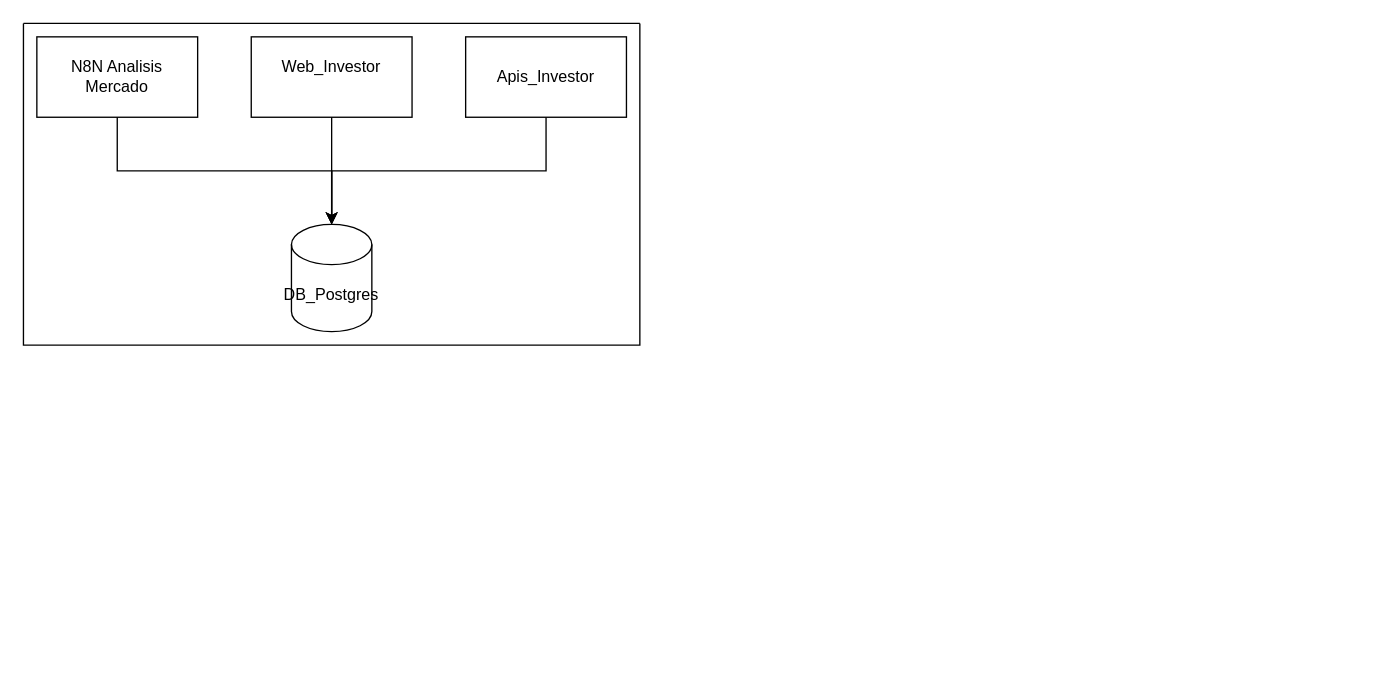
This is Inversiones.drawio from KuroroLuzbell/Diagramas, a draw.io file, before an edit. Source tidied: cells renumbered, new cells numbered last; positions are measured from the earlier drawing's top-left corner, leaving out a move shared by most shapes. Both pictures are drawn from the tidied source at 134%, with x=0, y=0 at pixel (23, 23).
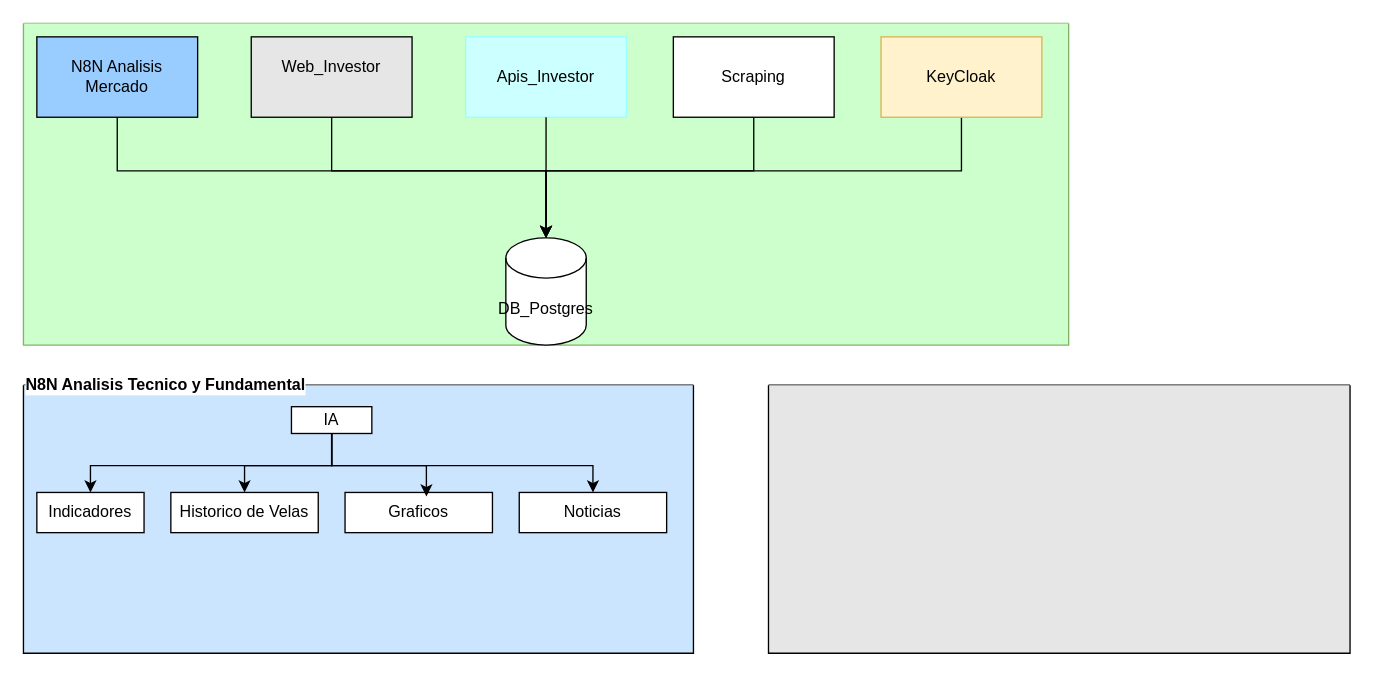
The same page after the edit.

The edit, as a diff of the source:
```diff
@@
-    <mxCell id="2" style="swimlane;startSize=0;" parent="1" vertex="1">
-      <mxGeometry width="460" height="240" as="geometry" />
+    <mxCell id="2" style="swimlane;startSize=0;fillColor=#d5e8d4;strokeColor=#82b366;swimlaneFillColor=#CCFFCC;gradientColor=none;" parent="1" vertex="1">
+      <mxGeometry width="780" height="240" as="geometry" />
     </mxCell>
-    <mxCell id="3" value="N8N Analisis Mercado" style="rounded=0;whiteSpace=wrap;html=1;" parent="2" vertex="1">
+    <mxCell id="3" value="N8N Analisis Mercado" style="rounded=0;whiteSpace=wrap;html=1;fillColor=#99CCFF;" parent="2" vertex="1">
       <mxGeometry x="10" y="10" width="120" height="60" as="geometry" />
     </mxCell>
-    <mxCell id="4" value="Web_Investor&lt;div&gt;&lt;br&gt;&lt;/div&gt;" style="rounded=0;whiteSpace=wrap;html=1;" parent="2" vertex="1">
+    <mxCell id="4" value="Web_Investor&lt;div&gt;&lt;br&gt;&lt;/div&gt;" style="rounded=0;whiteSpace=wrap;html=1;fillColor=#E6E6E6;" parent="2" vertex="1">
       <mxGeometry x="170" y="10" width="120" height="60" as="geometry" />
     </mxCell>
-    <mxCell id="5" value="Apis_Investor" style="rounded=0;whiteSpace=wrap;html=1;" parent="2" vertex="1">
+    <mxCell id="5" value="Apis_Investor" style="rounded=0;whiteSpace=wrap;html=1;strokeColor=#99FFFF;gradientColor=none;fillColor=#CCFFFF;" parent="2" vertex="1">
       <mxGeometry x="330" y="10" width="120" height="60" as="geometry" />
     </mxCell>
     <mxCell id="6" value="DB_Postgres" style="shape=cylinder3;whiteSpace=wrap;html=1;boundedLbl=1;backgroundOutline=1;size=15;" parent="2" vertex="1">
-      <mxGeometry x="200" y="150" width="60" height="80" as="geometry" />
+      <mxGeometry x="360" y="160" width="60" height="80" as="geometry" />
     </mxCell>
     <mxCell id="7" style="edgeStyle=orthogonalEdgeStyle;rounded=0;jettySize=auto;html=1;entryX=0.5;entryY=0;entryDx=0;entryDy=0;entryPerimeter=0;" parent="2" edge="1" source="3" target="6">
       <mxGeometry relative="1" as="geometry">
         <Array as="points">
           <mxPoint x="70" y="110" />
-          <mxPoint x="230" y="110" />
+          <mxPoint x="390" y="110" />
         </Array>
       </mxGeometry>
     </mxCell>
     <mxCell id="8" style="edgeStyle=orthogonalEdgeStyle;rounded=0;jettySize=auto;html=1;entryX=0.5;entryY=0;entryDx=0;entryDy=0;entryPerimeter=0;" parent="2" edge="1" source="4" target="6">
-      <mxGeometry relative="1" as="geometry" />
+      <mxGeometry relative="1" as="geometry">
+        <Array as="points">
+          <mxPoint x="230" y="110" />
+          <mxPoint x="390" y="110" />
+        </Array>
+      </mxGeometry>
     </mxCell>
     <mxCell id="9" style="edgeStyle=orthogonalEdgeStyle;rounded=0;jettySize=auto;html=1;entryX=0.5;entryY=0;entryDx=0;entryDy=0;entryPerimeter=0;" parent="2" edge="1" source="5" target="6">
       <mxGeometry relative="1" as="geometry">
         <Array as="points">
-          <mxPoint x="390" y="110" />
-          <mxPoint x="230" y="110" />
+          <mxPoint x="390" y="130" />
+          <mxPoint x="390" y="130" />
         </Array>
       </mxGeometry>
     </mxCell>
+    <mxCell id="10" style="edgeStyle=orthogonalEdgeStyle;rounded=0;jettySize=auto;html=1;" parent="2" edge="1" source="11" target="6">
+      <mxGeometry relative="1" as="geometry">
+        <Array as="points">
+          <mxPoint x="545" y="110" />
+          <mxPoint x="390" y="110" />
+        </Array>
+      </mxGeometry>
+    </mxCell>
+    <mxCell id="11" value="Scraping" style="rounded=0;whiteSpace=wrap;html=1;" parent="2" vertex="1">
+      <mxGeometry x="485" y="10" width="120" height="60" as="geometry" />
+    </mxCell>
+    <mxCell id="12" style="edgeStyle=orthogonalEdgeStyle;rounded=0;jettySize=auto;html=1;entryX=0.5;entryY=0;entryDx=0;entryDy=0;entryPerimeter=0;" parent="2" edge="1" source="13" target="6">
+      <mxGeometry relative="1" as="geometry">
+        <Array as="points">
+          <mxPoint x="700" y="110" />
+          <mxPoint x="390" y="110" />
+        </Array>
+      </mxGeometry>
+    </mxCell>
+    <mxCell id="13" value="KeyCloak" style="rounded=0;whiteSpace=wrap;html=1;fillColor=#fff2cc;strokeColor=#d6b656;" parent="2" vertex="1">
+      <mxGeometry x="640" y="10" width="120" height="60" as="geometry" />
+    </mxCell>
+    <mxCell id="14" value="N8N Analisis Tecnico y Fundamental" style="swimlane;startSize=0;align=left;labelBackgroundColor=default;labelBorderColor=none;textShadow=0;whiteSpace=wrap;strokeColor=default;fillColor=#dae8fc;swimlaneFillColor=#CCE5FF;gradientColor=none;" parent="1" vertex="1">
+      <mxGeometry y="270" width="500" height="200" as="geometry" />
+    </mxCell>
+    <mxCell id="15" style="edgeStyle=orthogonalEdgeStyle;rounded=0;jettySize=auto;html=1;entryX=0.5;entryY=0;entryDx=0;entryDy=0;" parent="14" edge="1" source="18" target="20">
+      <mxGeometry relative="1" as="geometry">
+        <Array as="points">
+          <mxPoint x="230" y="60" />
+          <mxPoint x="165" y="60" />
+        </Array>
+      </mxGeometry>
+    </mxCell>
+    <mxCell id="16" style="edgeStyle=orthogonalEdgeStyle;rounded=0;jettySize=auto;html=1;" parent="14" edge="1" source="18" target="22">
+      <mxGeometry relative="1" as="geometry">
+        <Array as="points">
+          <mxPoint x="230" y="60" />
+          <mxPoint x="425" y="60" />
+        </Array>
+      </mxGeometry>
+    </mxCell>
+    <mxCell id="17" style="edgeStyle=orthogonalEdgeStyle;rounded=0;jettySize=auto;html=1;" parent="14" edge="1" source="18" target="19">
+      <mxGeometry relative="1" as="geometry">
+        <Array as="points">
+          <mxPoint x="230" y="60" />
+          <mxPoint x="50" y="60" />
+        </Array>
+      </mxGeometry>
+    </mxCell>
+    <mxCell id="18" value="IA" style="whiteSpace=wrap;html=1;" parent="14" vertex="1">
+      <mxGeometry x="200" y="16" width="60" height="20" as="geometry" />
+    </mxCell>
+    <mxCell id="19" value="Indicadores&lt;div&gt;&lt;/div&gt;" style="whiteSpace=wrap;html=1;direction=west;" parent="14" vertex="1">
+      <mxGeometry x="10" y="80" width="80" height="30" as="geometry" />
+    </mxCell>
+    <mxCell id="20" value="Historico de Velas" style="whiteSpace=wrap;html=1;" parent="14" vertex="1">
+      <mxGeometry x="110" y="80" width="110" height="30" as="geometry" />
+    </mxCell>
+    <mxCell id="21" value="Graficos" style="whiteSpace=wrap;html=1;" parent="14" vertex="1">
+      <mxGeometry x="240" y="80" width="110" height="30" as="geometry" />
+    </mxCell>
+    <mxCell id="22" value="Noticias" style="whiteSpace=wrap;html=1;" parent="14" vertex="1">
+      <mxGeometry x="370" y="80" width="110" height="30" as="geometry" />
+    </mxCell>
+    <mxCell id="23" style="edgeStyle=orthogonalEdgeStyle;rounded=0;jettySize=auto;html=1;entryX=0.552;entryY=0.1;entryDx=0;entryDy=0;entryPerimeter=0;" parent="14" edge="1" source="18" target="21">
+      <mxGeometry relative="1" as="geometry">
+        <Array as="points">
+          <mxPoint x="230" y="60" />
+          <mxPoint x="301" y="60" />
+        </Array>
+      </mxGeometry>
+    </mxCell>
+    <mxCell id="24" style="swimlane;startSize=0;fillColor=#E6E6E6;swimlaneFillColor=#E6E6E6;" parent="1" vertex="1">
+      <mxGeometry x="556" y="270" width="434" height="200" as="geometry" />
+    </mxCell>
```
